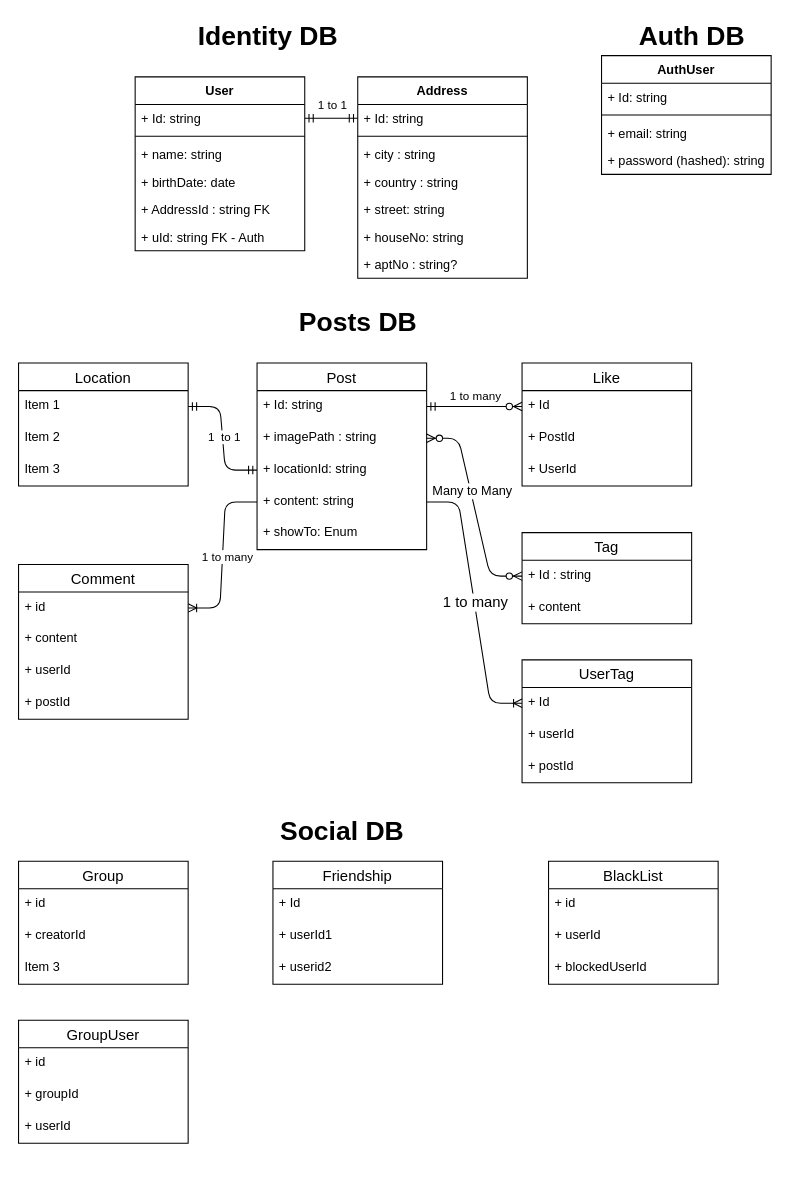
This is models-schema.drawio from romaydan/FakeLook, a draw.io file, before an edit. Source tidied: cells renumbered, new cells numbered last; positions are measured from the earlier drawing's top-left corner, leaving out a move shared by most shapes. Both pictures are drawn from the tidied source at 106%, with x=0, y=0 at pixel (18, 23).
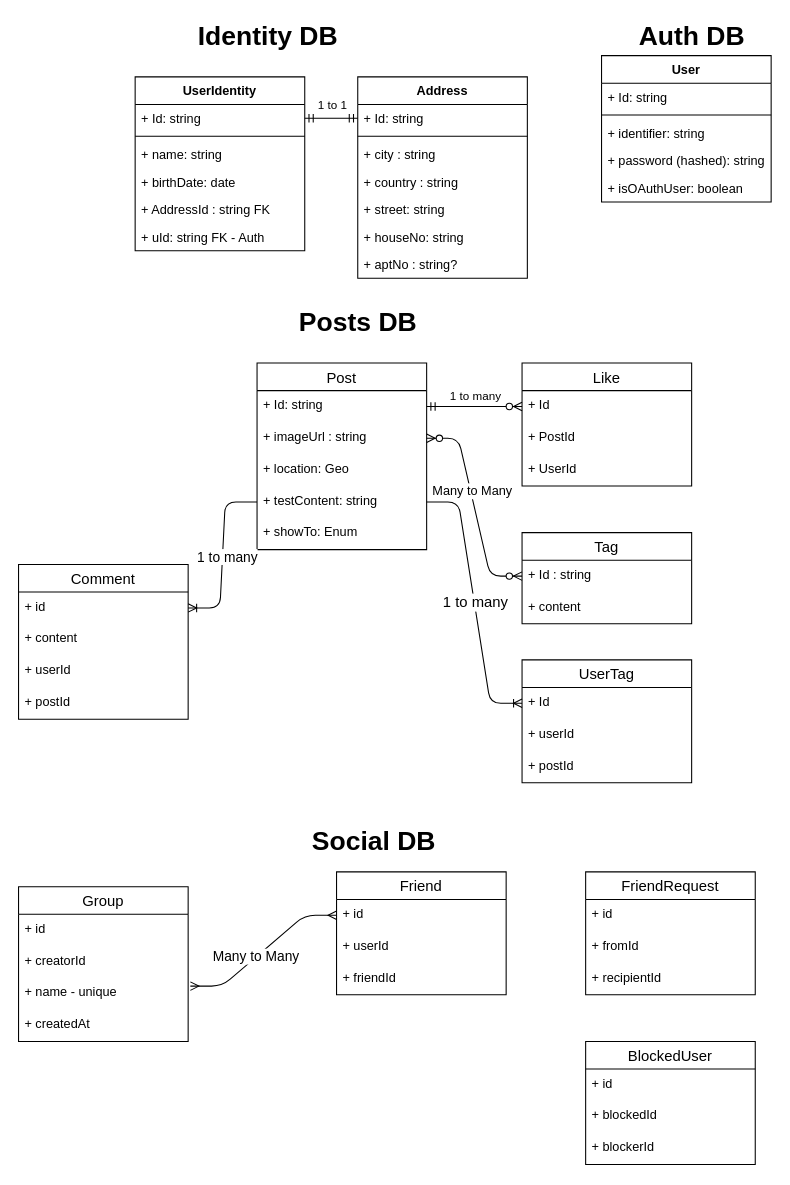
After the change.

Unchanged cells that the change refers to:
```xml
<mxCell id="25" value="Post" style="swimlane;fontStyle=0;horizontal=1;startSize=26;align=center;fontSize=14;" parent="1" vertex="1">
  <mxGeometry x="225" y="320" width="160" height="176" as="geometry" />
</mxCell>
<mxCell id="61" style="edgeStyle=entityRelationEdgeStyle;fontSize=12;html=1;endArrow=ERoneToMany;exitX=0;exitY=0.5;exitDx=0;exitDy=0;entryX=1;entryY=0.5;entryDx=0;entryDy=0;" parent="1" edge="1" source="29" target="57">
  <mxGeometry relative="1" as="geometry" />
</mxCell>
```

Diff of the diagram source:
```diff
@@
-    <mxCell id="2" value="AuthUser" style="swimlane;fontStyle=1;align=center;verticalAlign=top;horizontal=1;startSize=26;" parent="1" vertex="1">
-      <mxGeometry x="550" y="30" width="160" height="112" as="geometry" />
+    <mxCell id="2" value="User" style="swimlane;fontStyle=1;align=center;verticalAlign=top;horizontal=1;startSize=26;" parent="1" vertex="1">
+      <mxGeometry x="550" y="30" width="160" height="138" as="geometry" />
     </mxCell>
@@
-    <mxCell id="5" value="+ email: string" style="text;strokeColor=none;fillColor=none;align=left;verticalAlign=top;spacingLeft=4;spacingRight=4;overflow=hidden;" parent="2" vertex="1">
+    <mxCell id="5" value="+ identifier: string" style="text;strokeColor=none;fillColor=none;align=left;verticalAlign=top;spacingLeft=4;spacingRight=4;overflow=hidden;" parent="2" vertex="1">
       <mxGeometry y="60" width="160" height="26" as="geometry" />
     </mxCell>
@@
+    <mxCell id="80" value="+ isOAuthUser: boolean" style="text;strokeColor=none;fillColor=none;align=left;verticalAlign=top;spacingLeft=4;spacingRight=4;overflow=hidden;" parent="2" vertex="1">
+      <mxGeometry y="112" width="160" height="26" as="geometry" />
+    </mxCell>
-    <mxCell id="7" value="User" style="swimlane;fontStyle=1;align=center;verticalAlign=top;horizontal=1;startSize=26;" parent="1" vertex="1">
+    <mxCell id="7" value="UserIdentity" style="swimlane;fontStyle=1;align=center;verticalAlign=top;horizontal=1;startSize=26;" parent="1" vertex="1">
       <mxGeometry x="110" y="50" width="160" height="164" as="geometry" />
     </mxCell>
@@
-    <mxCell id="27" value="+ imagePath : string" style="text;strokeColor=none;fillColor=none;spacingLeft=4;spacingRight=4;overflow=hidden;points=[[0,0.5],[1,0.5]];portConstraint=eastwest;fontSize=12;" parent="25" vertex="1">
+    <mxCell id="27" value="+ imageUrl : string" style="text;strokeColor=none;fillColor=none;spacingLeft=4;spacingRight=4;overflow=hidden;points=[[0,0.5],[1,0.5]];portConstraint=eastwest;fontSize=12;" parent="25" vertex="1">
       <mxGeometry y="56" width="160" height="30" as="geometry" />
     </mxCell>
-    <mxCell id="28" value="+ locationId: string" style="text;strokeColor=none;fillColor=none;spacingLeft=4;spacingRight=4;overflow=hidden;points=[[0,0.5],[1,0.5]];portConstraint=eastwest;fontSize=12;" parent="25" vertex="1">
+    <mxCell id="28" value="+ location: Geo" style="text;strokeColor=none;fillColor=none;spacingLeft=4;spacingRight=4;overflow=hidden;points=[[0,0.5],[1,0.5]];portConstraint=eastwest;fontSize=12;" parent="25" vertex="1">
       <mxGeometry y="86" width="160" height="30" as="geometry" />
     </mxCell>
-    <mxCell id="29" value="+ content: string" style="text;strokeColor=none;fillColor=none;spacingLeft=4;spacingRight=4;overflow=hidden;points=[[0,0.5],[1,0.5]];portConstraint=eastwest;fontSize=12;" parent="25" vertex="1">
+    <mxCell id="29" value="+ testContent: string" style="text;strokeColor=none;fillColor=none;spacingLeft=4;spacingRight=4;overflow=hidden;points=[[0,0.5],[1,0.5]];portConstraint=eastwest;fontSize=12;" parent="25" vertex="1">
       <mxGeometry y="116" width="160" height="30" as="geometry" />
     </mxCell>
@@
-    <mxCell id="35" value="Location" style="swimlane;fontStyle=0;horizontal=1;startSize=26;align=center;fontSize=14;" parent="1" vertex="1">
-      <mxGeometry y="320" width="160" height="116" as="geometry" />
-    </mxCell>
-    <mxCell id="36" value="Item 1" style="text;strokeColor=none;fillColor=none;spacingLeft=4;spacingRight=4;overflow=hidden;points=[[0,0.5],[1,0.5]];portConstraint=eastwest;fontSize=12;" parent="35" vertex="1">
-      <mxGeometry y="26" width="160" height="30" as="geometry" />
-    </mxCell>
-    <mxCell id="37" value="Item 2" style="text;strokeColor=none;fillColor=none;spacingLeft=4;spacingRight=4;overflow=hidden;fontSize=12;" parent="35" vertex="1">
-      <mxGeometry y="56" width="160" height="30" as="geometry" />
-    </mxCell>
-    <mxCell id="38" value="Item 3" style="text;strokeColor=none;fillColor=none;spacingLeft=4;spacingRight=4;overflow=hidden;fontSize=12;" parent="35" vertex="1">
-      <mxGeometry y="86" width="160" height="30" as="geometry" />
-    </mxCell>
@@
-    <mxCell id="43" style="edgeStyle=entityRelationEdgeStyle;fontSize=12;html=1;endArrow=ERmandOne;startArrow=ERmandOne;exitX=1;exitY=0.5;exitDx=0;exitDy=0;entryX=0;entryY=0.5;entryDx=0;entryDy=0;" parent="1" edge="1" source="36" target="28">
-      <mxGeometry relative="1" as="geometry" />
-    </mxCell>
-    <mxCell id="44" value="1&amp;nbsp; to 1" style="edgeLabel;html=1;align=center;verticalAlign=middle;" parent="43" vertex="1">
-      <mxGeometry x="-0.02" y="1" relative="1" as="geometry" />
-    </mxCell>
@@
-    <mxCell id="62" value="1 to many" style="edgeLabel;html=1;align=center;verticalAlign=middle;" parent="61" vertex="1">
+    <mxCell id="62" value="&lt;font style=&quot;font-size: 13px&quot;&gt;1 to many&lt;/font&gt;" style="edgeLabel;html=1;align=center;verticalAlign=middle;" parent="61" vertex="1">
       <mxGeometry x="0.01" y="4" relative="1" as="geometry" />
     </mxCell>
     <mxCell id="63" value="&lt;span style=&quot;font-size: 25px&quot;&gt;&lt;b&gt;Social DB&lt;/b&gt;&lt;/span&gt;" style="text;html=1;align=center;verticalAlign=middle;" parent="1" vertex="1">
-      <mxGeometry x="240" y="750" width="130" height="20" as="geometry" />
+      <mxGeometry x="270" y="760" width="130" height="20" as="geometry" />
     </mxCell>
-    <mxCell id="64" value="Friendship" style="swimlane;fontStyle=0;horizontal=1;startSize=26;align=center;fontSize=14;" parent="1" vertex="1">
-      <mxGeometry x="240" y="790" width="160" height="116" as="geometry" />
-    </mxCell>
-    <mxCell id="65" value="+ Id" style="text;strokeColor=none;fillColor=none;spacingLeft=4;spacingRight=4;overflow=hidden;fontSize=12;" parent="64" vertex="1">
-      <mxGeometry y="26" width="160" height="30" as="geometry" />
-    </mxCell>
-    <mxCell id="66" value="+ userId1" style="text;strokeColor=none;fillColor=none;spacingLeft=4;spacingRight=4;overflow=hidden;fontSize=12;" parent="64" vertex="1">
-      <mxGeometry y="56" width="160" height="30" as="geometry" />
-    </mxCell>
-    <mxCell id="67" value="+ userid2" style="text;strokeColor=none;fillColor=none;spacingLeft=4;spacingRight=4;overflow=hidden;fontSize=12;" parent="64" vertex="1">
-      <mxGeometry y="86" width="160" height="30" as="geometry" />
-    </mxCell>
+    <mxCell id="81" value="Friend" style="swimlane;fontStyle=0;horizontal=1;startSize=26;align=center;fontSize=14;" parent="1" vertex="1">
+      <mxGeometry x="300" y="800" width="160" height="116" as="geometry" />
+    </mxCell>
+    <mxCell id="82" value="+ id" style="text;strokeColor=none;fillColor=none;spacingLeft=4;spacingRight=4;overflow=hidden;points=[[0,0.5],[1,0.5]];portConstraint=eastwest;fontSize=12;" parent="81" vertex="1">
+      <mxGeometry y="26" width="160" height="30" as="geometry" />
+    </mxCell>
+    <mxCell id="74" value="+ userId" style="text;strokeColor=none;fillColor=none;spacingLeft=4;spacingRight=4;overflow=hidden;fontSize=12;" parent="81" vertex="1">
+      <mxGeometry y="56" width="160" height="30" as="geometry" />
+    </mxCell>
+    <mxCell id="83" value="+ friendId" style="text;strokeColor=none;fillColor=none;spacingLeft=4;spacingRight=4;overflow=hidden;fontSize=12;" parent="81" vertex="1">
+      <mxGeometry y="86" width="160" height="30" as="geometry" />
+    </mxCell>
+    <mxCell id="84" value="FriendRequest" style="swimlane;fontStyle=0;horizontal=1;startSize=26;align=center;fontSize=14;" parent="1" vertex="1">
+      <mxGeometry x="535" y="800" width="160" height="116" as="geometry" />
+    </mxCell>
+    <mxCell id="85" value="+ id" style="text;strokeColor=none;fillColor=none;spacingLeft=4;spacingRight=4;overflow=hidden;fontSize=12;" parent="84" vertex="1">
+      <mxGeometry y="26" width="160" height="30" as="geometry" />
+    </mxCell>
+    <mxCell id="86" value="+ fromId" style="text;strokeColor=none;fillColor=none;spacingLeft=4;spacingRight=4;overflow=hidden;fontSize=12;" parent="84" vertex="1">
+      <mxGeometry y="56" width="160" height="30" as="geometry" />
+    </mxCell>
+    <mxCell id="87" value="+ recipientId" style="text;strokeColor=none;fillColor=none;spacingLeft=4;spacingRight=4;overflow=hidden;fontSize=12;horizontal=1;fontFamily=Helvetica;" parent="84" vertex="1">
+      <mxGeometry y="86" width="160" height="30" as="geometry" />
+    </mxCell>
     <mxCell id="68" value="Group" style="swimlane;fontStyle=0;horizontal=1;startSize=26;align=center;fontSize=14;" parent="1" vertex="1">
-      <mxGeometry y="790" width="160" height="116" as="geometry" />
+      <mxGeometry y="814" width="160" height="146" as="geometry" />
     </mxCell>
-    <mxCell id="69" value="+ id" style="text;strokeColor=none;fillColor=none;spacingLeft=4;spacingRight=4;overflow=hidden;fontSize=12;" parent="68" vertex="1">
-      <mxGeometry y="26" width="160" height="30" as="geometry" />
-    </mxCell>
+    <mxCell id="88" value="+ id" style="text;strokeColor=none;fillColor=none;spacingLeft=4;spacingRight=4;overflow=hidden;fontSize=12;" parent="68" vertex="1">
+      <mxGeometry y="26" width="160" height="30" as="geometry" />
+    </mxCell>
@@
-    <mxCell id="71" value="Item 3" style="text;strokeColor=none;fillColor=none;spacingLeft=4;spacingRight=4;overflow=hidden;fontSize=12;" parent="68" vertex="1">
-      <mxGeometry y="86" width="160" height="30" as="geometry" />
-    </mxCell>
-    <mxCell id="72" value="BlackList" style="swimlane;fontStyle=0;horizontal=1;startSize=26;align=center;fontSize=14;" parent="1" vertex="1">
-      <mxGeometry x="500" y="790" width="160" height="116" as="geometry" />
-    </mxCell>
-    <mxCell id="73" value="+ id" style="text;strokeColor=none;fillColor=none;spacingLeft=4;spacingRight=4;overflow=hidden;fontSize=12;" parent="72" vertex="1">
-      <mxGeometry y="26" width="160" height="30" as="geometry" />
-    </mxCell>
-    <mxCell id="74" value="+ userId" style="text;strokeColor=none;fillColor=none;spacingLeft=4;spacingRight=4;overflow=hidden;fontSize=12;" parent="72" vertex="1">
-      <mxGeometry y="56" width="160" height="30" as="geometry" />
-    </mxCell>
-    <mxCell id="75" value="+ blockedUserId" style="text;strokeColor=none;fillColor=none;spacingLeft=4;spacingRight=4;overflow=hidden;fontSize=12;" parent="72" vertex="1">
-      <mxGeometry y="86" width="160" height="30" as="geometry" />
-    </mxCell>
-    <mxCell id="76" value="GroupUser" style="swimlane;fontStyle=0;horizontal=1;startSize=26;align=center;fontSize=14;" parent="1" vertex="1">
-      <mxGeometry y="940" width="160" height="116" as="geometry" />
-    </mxCell>
-    <mxCell id="77" value="+ id" style="text;strokeColor=none;fillColor=none;spacingLeft=4;spacingRight=4;overflow=hidden;fontSize=12;" parent="76" vertex="1">
-      <mxGeometry y="26" width="160" height="30" as="geometry" />
-    </mxCell>
-    <mxCell id="78" value="+ groupId" style="text;strokeColor=none;fillColor=none;spacingLeft=4;spacingRight=4;overflow=hidden;fontSize=12;" parent="76" vertex="1">
-      <mxGeometry y="56" width="160" height="30" as="geometry" />
-    </mxCell>
-    <mxCell id="79" value="+ userId" style="text;strokeColor=none;fillColor=none;spacingLeft=4;spacingRight=4;overflow=hidden;fontSize=12;" parent="76" vertex="1">
-      <mxGeometry y="86" width="160" height="30" as="geometry" />
-    </mxCell>
+    <mxCell id="89" value="+ name - unique" style="text;strokeColor=none;fillColor=none;spacingLeft=4;spacingRight=4;overflow=hidden;points=[[0,0.5],[1,0.5]];portConstraint=eastwest;fontSize=12;" parent="68" vertex="1">
+      <mxGeometry y="86" width="160" height="30" as="geometry" />
+    </mxCell>
+    <mxCell id="90" value="+ createdAt" style="text;strokeColor=none;fillColor=none;spacingLeft=4;spacingRight=4;overflow=hidden;fontSize=12;" parent="68" vertex="1">
+      <mxGeometry y="116" width="160" height="30" as="geometry" />
+    </mxCell>
+    <mxCell id="91" style="edgeStyle=entityRelationEdgeStyle;fontSize=12;html=1;endArrow=ERmany;startArrow=ERmany;exitX=1.013;exitY=0.26;exitDx=0;exitDy=0;entryX=0;entryY=0.5;entryDx=0;entryDy=0;exitPerimeter=0;" parent="1" edge="1" source="89" target="82">
+      <mxGeometry relative="1" as="geometry" />
+    </mxCell>
+    <mxCell id="92" value="&lt;font style=&quot;font-size: 13px&quot;&gt;Many to Many&lt;/font&gt;" style="edgeLabel;html=1;align=center;verticalAlign=middle;fontFamily=Helvetica;" parent="91" vertex="1">
+      <mxGeometry x="-0.12" y="1" relative="1" as="geometry" />
+    </mxCell>
+    <mxCell id="93" value="BlockedUser" style="swimlane;fontStyle=0;horizontal=1;startSize=26;align=center;fontSize=14;" parent="1" vertex="1">
+      <mxGeometry x="535" y="960" width="160" height="116" as="geometry" />
+    </mxCell>
+    <mxCell id="94" value="+ id" style="text;strokeColor=none;fillColor=none;spacingLeft=4;spacingRight=4;overflow=hidden;fontSize=12;" parent="93" vertex="1">
+      <mxGeometry y="26" width="160" height="30" as="geometry" />
+    </mxCell>
+    <mxCell id="95" value="+ blockedId" style="text;strokeColor=none;fillColor=none;spacingLeft=4;spacingRight=4;overflow=hidden;fontSize=12;" parent="93" vertex="1">
+      <mxGeometry y="56" width="160" height="30" as="geometry" />
+    </mxCell>
+    <mxCell id="96" value="+ blockerId" style="text;strokeColor=none;fillColor=none;spacingLeft=4;spacingRight=4;overflow=hidden;fontSize=12;" parent="93" vertex="1">
+      <mxGeometry y="86" width="160" height="30" as="geometry" />
+    </mxCell>
```
